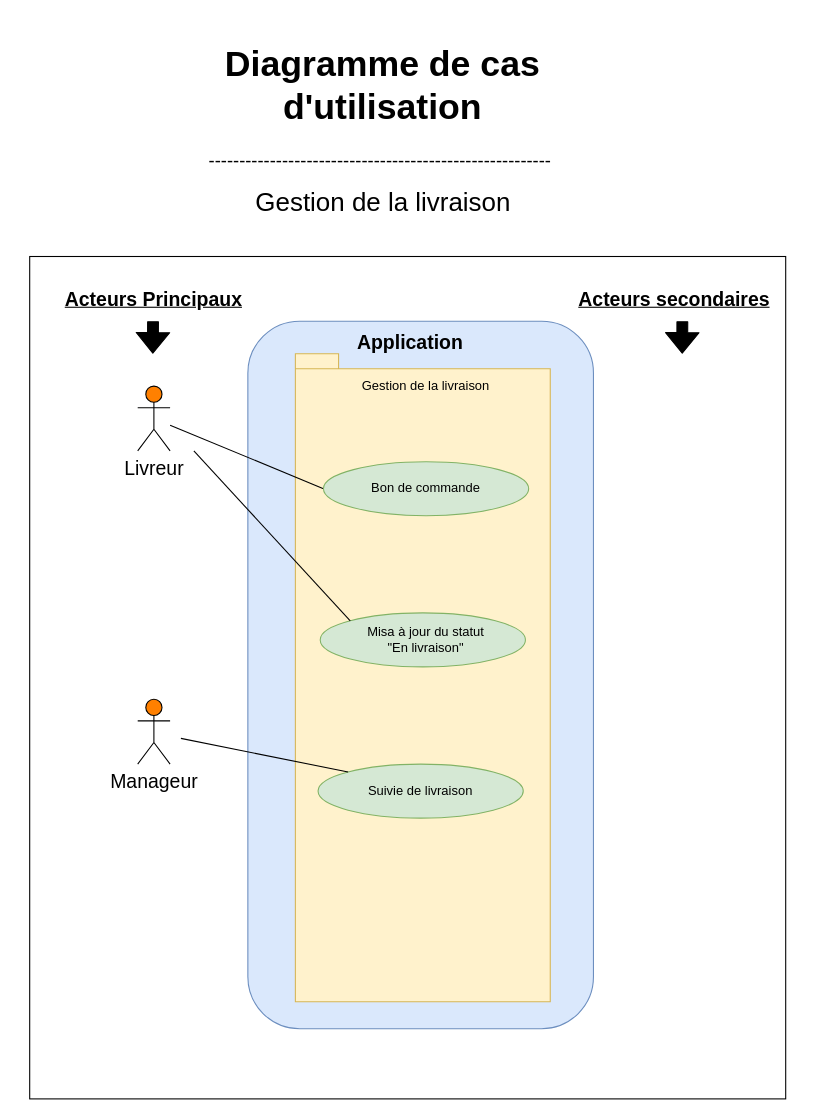
The draw.io diagram page "Gestion de livraison" (3 of 5) of Use case Diagram.drawio in Maayaavi/OC_Project_4, before the edit. Source tidied: cells renumbered, new cells numbered last; positions are measured from the earlier drawing's top-left corner, leaving out a move shared by most shapes. Both pictures are drawn from the tidied source at 108%, with x=0, y=0 at pixel (18, 29).
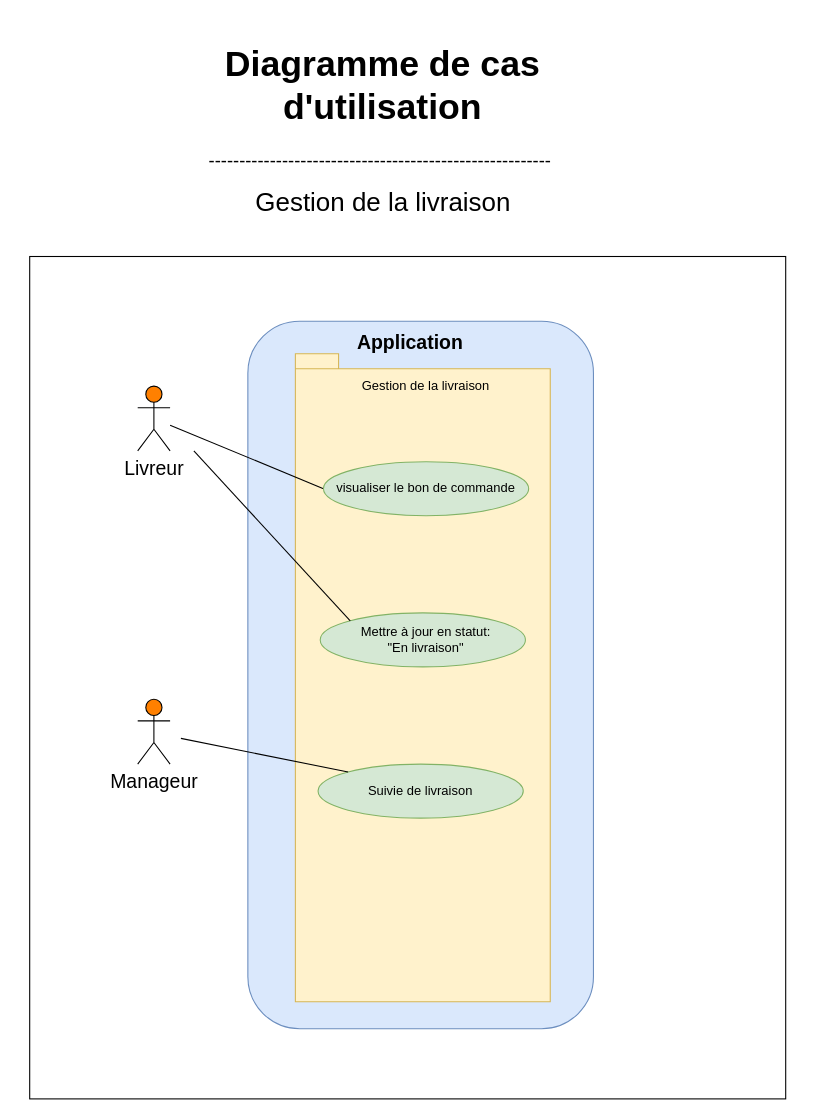
The same diagram, later.

The edit, as a diff of the source:
```diff
@@
-    <mxCell id="8" value="Acteurs Principaux" style="text;html=1;strokeColor=none;fillColor=none;align=center;verticalAlign=middle;whiteSpace=wrap;rounded=0;glass=0;fontSize=18;fontStyle=5;" parent="1" vertex="1">
-      <mxGeometry y="240" width="250" height="20" as="geometry" />
-    </mxCell>
-    <mxCell id="9" value="Acteurs secondaires" style="text;html=1;strokeColor=none;fillColor=none;align=center;verticalAlign=middle;whiteSpace=wrap;rounded=0;glass=0;fontSize=18;fontStyle=5;" parent="1" vertex="1">
-      <mxGeometry x="482" y="240" width="250" height="20" as="geometry" />
-    </mxCell>
-    <mxCell id="10" style="shape=flexArrow;endArrow=classic;html=1;strokeColor=#000000;fontSize=18;fillColor=#000000;" parent="1" edge="1">
-      <mxGeometry relative="1" as="geometry">
-        <mxPoint x="124.2" y="270" as="sourcePoint" />
-        <mxPoint x="124" y="300" as="targetPoint" />
-      </mxGeometry>
-    </mxCell>
-    <mxCell id="11" style="shape=flexArrow;endArrow=classic;html=1;strokeColor=#000000;fontSize=18;fillColor=#000000;" parent="1" edge="1">
-      <mxGeometry relative="1" as="geometry">
-        <mxPoint x="614.3" y="270" as="sourcePoint" />
-        <mxPoint x="614.2" y="300" as="targetPoint" />
-      </mxGeometry>
-    </mxCell>
@@
-    <mxCell id="16" value="Bon de commande" style="text;html=1;strokeColor=none;fillColor=none;align=center;verticalAlign=middle;whiteSpace=wrap;rounded=0;" parent="1" vertex="1">
+    <mxCell id="16" value="visualiser le bon de commande" style="text;html=1;strokeColor=none;fillColor=none;align=center;verticalAlign=middle;whiteSpace=wrap;rounded=0;" parent="1" vertex="1">
       <mxGeometry x="272" y="415" width="210" height="20" as="geometry" />
     </mxCell>
@@
-    <mxCell id="18" value="Misa à jour du statut&lt;br&gt;&quot;En livraison&quot;" style="text;html=1;strokeColor=none;fillColor=none;align=center;verticalAlign=middle;whiteSpace=wrap;rounded=0;" parent="1" vertex="1">
+    <mxCell id="18" value="Mettre à jour en statut:&lt;br&gt;&quot;En livraison&quot;" style="text;html=1;strokeColor=none;fillColor=none;align=center;verticalAlign=middle;whiteSpace=wrap;rounded=0;" parent="1" vertex="1">
       <mxGeometry x="272" y="555" width="210" height="20" as="geometry" />
     </mxCell>
```
